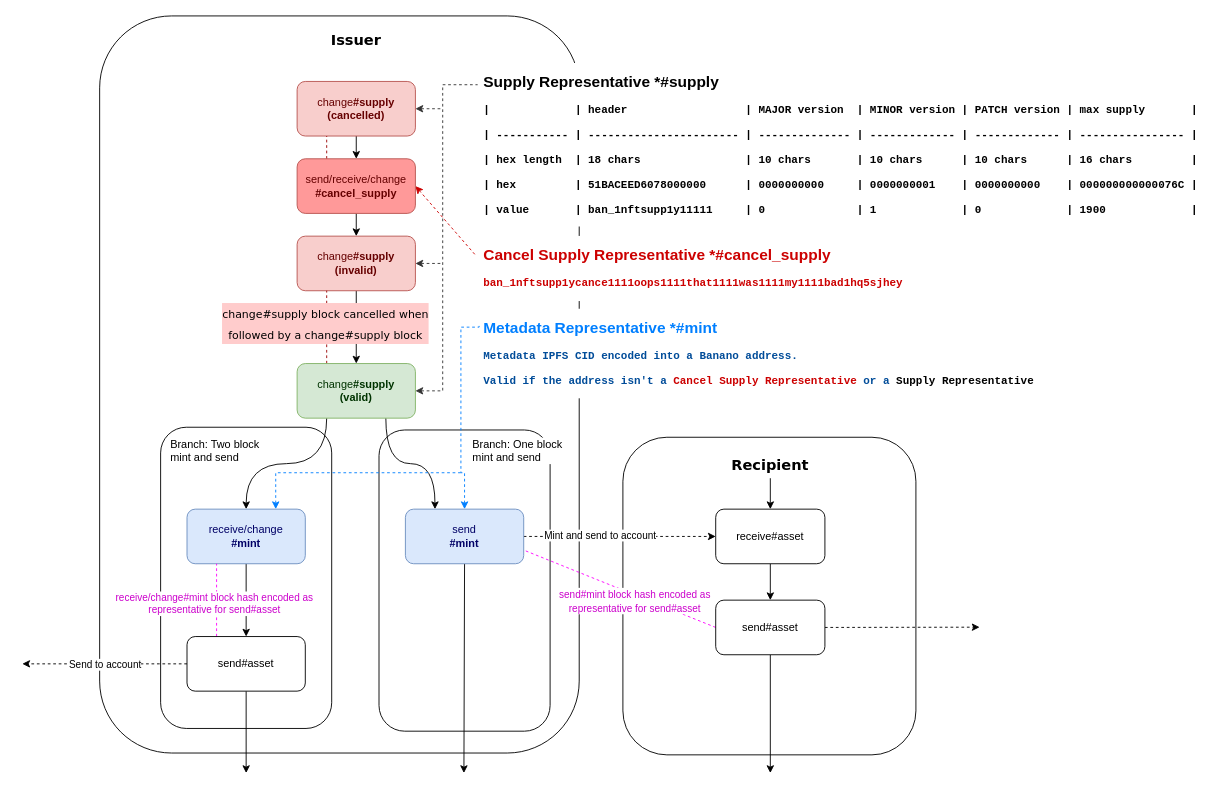
Airtune/73-meta-tokens keeps this draw.io diagram as diagrams/supply-mint-send-receive.drawio. Above is the earlier version. Source tidied: cells renumbered, new cells numbered last; positions are measured from the earlier drawing's top-left corner, leaving out a move shared by most shapes. Both pictures are drawn from the tidied source at 91%, with x=0, y=0 at pixel (22, 15).
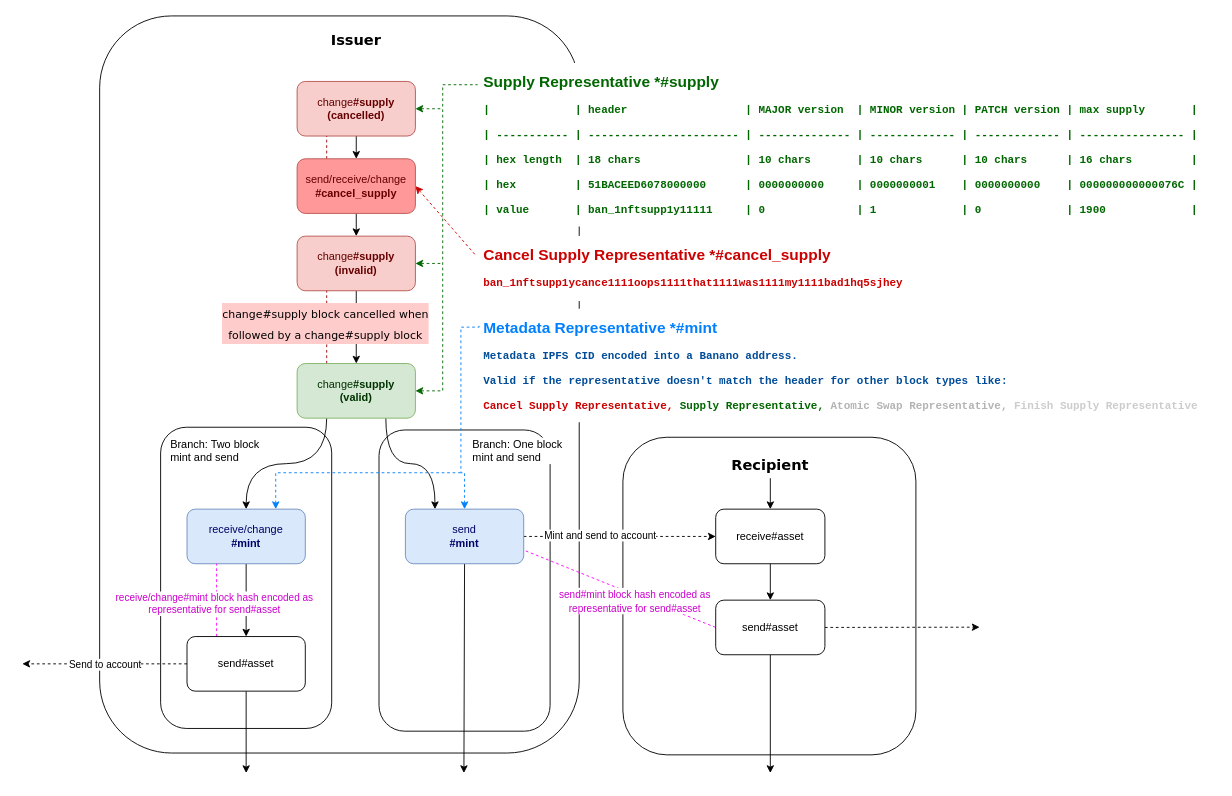
Above is the later version.

Commit message (it also covers changes not shown here):
Update diagram: supply-mint-send-receive

Unchanged cells that the change refers to:
```xml
<mxCell id="8" value="change&lt;b&gt;#supply&lt;br&gt;(invalid)&lt;br&gt;&lt;/b&gt;" style="rounded=1;whiteSpace=wrap;html=1;fillColor=#f8cecc;strokeColor=#b85450;fontColor=#660000;" parent="1" vertex="1">
  <mxGeometry x="302" y="242" width="130" height="60" as="geometry" />
</mxCell>
<mxCell id="15" value="change&lt;b&gt;#supply&lt;br&gt;(valid)&lt;br&gt;&lt;/b&gt;" style="rounded=1;whiteSpace=wrap;html=1;fillColor=#d5e8d4;strokeColor=#82b366;fontColor=#003300;" parent="1" vertex="1">
  <mxGeometry x="302" y="382" width="130" height="60" as="geometry" />
</mxCell>
<mxCell id="18" value="change&lt;b&gt;#supply&lt;br&gt;(cancelled)&lt;br&gt;&lt;/b&gt;" style="rounded=1;whiteSpace=wrap;html=1;fillColor=#f8cecc;strokeColor=#b85450;fontColor=#660000;" parent="1" vertex="1">
  <mxGeometry x="302" y="72" width="130" height="60" as="geometry" />
</mxCell>
```

Diff of the diagram source:
```diff
@@
-    <mxCell id="7" style="edgeStyle=orthogonalEdgeStyle;rounded=0;jettySize=auto;html=1;exitX=1;exitY=0.5;exitDx=0;exitDy=0;dashed=1;fontColor=#000000;endArrow=none;endFill=0;strokeColor=#333333;startArrow=classic;startFill=1;" parent="1" edge="1" source="8">
+    <mxCell id="7" style="edgeStyle=orthogonalEdgeStyle;rounded=0;jettySize=auto;html=1;exitX=1;exitY=0.5;exitDx=0;exitDy=0;dashed=1;fontColor=#006600;endArrow=none;endFill=0;strokeColor=#006600;startArrow=classic;startFill=1;" parent="1" edge="1" source="8">
       <mxGeometry relative="1" as="geometry">
         <mxPoint x="462" y="272" as="targetPoint" />
       </mxGeometry>
     </mxCell>
@@
-    <mxCell id="9" value="&lt;p style=&quot;line-height: 1&quot;&gt;&lt;/p&gt;&lt;h1 style=&quot;font-size: 17px&quot;&gt;Supply Representative *#supply&lt;/h1&gt;&lt;p&gt;&lt;font face=&quot;Courier New&quot;&gt;&lt;b style=&quot;line-height: 1.2&quot;&gt;|&amp;nbsp; &amp;nbsp; &amp;nbsp; &amp;nbsp; &amp;nbsp; &amp;nbsp; &amp;nbsp;| header&amp;nbsp; &amp;nbsp; &amp;nbsp; &amp;nbsp; &amp;nbsp; &amp;nbsp; &amp;nbsp; &amp;nbsp; &amp;nbsp; | MAJOR version&amp;nbsp; | MINOR version | PATCH version | max supply&amp;nbsp; &amp;nbsp; &amp;nbsp; &amp;nbsp;|&lt;/b&gt;&lt;/font&gt;&lt;/p&gt;&lt;p&gt;&lt;font face=&quot;Courier New&quot;&gt;&lt;b&gt;| ----------- | ----------------------- | -------------- | ------------- | ------------- | ---------------- |&lt;/b&gt;&lt;/font&gt;&lt;/p&gt;&lt;p&gt;&lt;font face=&quot;Courier New&quot;&gt;&lt;b style=&quot;line-height: 1.2&quot;&gt;| hex length&amp;nbsp; | 18 chars&amp;nbsp; &amp;nbsp; &amp;nbsp; &amp;nbsp; &amp;nbsp; &amp;nbsp; &amp;nbsp; &amp;nbsp; | 10 chars&amp;nbsp; &amp;nbsp; &amp;nbsp; &amp;nbsp;| 10 chars&amp;nbsp; &amp;nbsp; &amp;nbsp; | 10 chars&amp;nbsp; &amp;nbsp; &amp;nbsp; | 16 chars&amp;nbsp; &amp;nbsp; &amp;nbsp; &amp;nbsp; &amp;nbsp;|&lt;/b&gt;&lt;/font&gt;&lt;/p&gt;&lt;p&gt;&lt;font face=&quot;Courier New&quot;&gt;&lt;b&gt;| hex&amp;nbsp; &amp;nbsp; &amp;nbsp; &amp;nbsp; &amp;nbsp;| 51BACEED6078000000&amp;nbsp; &amp;nbsp; &amp;nbsp; | 0000000000&amp;nbsp; &amp;nbsp; &amp;nbsp;| 0000000001&amp;nbsp; &amp;nbsp; | 0000000000&amp;nbsp; &amp;nbsp; | 000000000000076C |&lt;/b&gt;&lt;/font&gt;&lt;/p&gt;&lt;p&gt;&lt;font face=&quot;Courier New&quot;&gt;&lt;b&gt;| value&amp;nbsp; &amp;nbsp; &amp;nbsp; &amp;nbsp;| ban_1nftsupp1y11111&amp;nbsp; &amp;nbsp; &amp;nbsp;| 0&amp;nbsp; &amp;nbsp; &amp;nbsp; &amp;nbsp; &amp;nbsp; &amp;nbsp; &amp;nbsp; | 1&amp;nbsp; &amp;nbsp; &amp;nbsp; &amp;nbsp; &amp;nbsp; &amp;nbsp; &amp;nbsp;| 0&amp;nbsp; &amp;nbsp; &amp;nbsp; &amp;nbsp; &amp;nbsp; &amp;nbsp; &amp;nbsp;| 1900&amp;nbsp; &amp;nbsp; &amp;nbsp; &amp;nbsp; &amp;nbsp; &amp;nbsp; &amp;nbsp;|&lt;/b&gt;&lt;/font&gt;&lt;/p&gt;&lt;p&gt;&lt;/p&gt;" style="text;html=1;strokeColor=none;fillColor=none;spacing=5;spacingTop=-20;whiteSpace=wrap;overflow=hidden;rounded=0;labelBackgroundColor=default;" parent="1" vertex="1">
+    <mxCell id="9" value="&lt;p style=&quot;line-height: 1&quot;&gt;&lt;/p&gt;&lt;h1 style=&quot;font-size: 17px&quot;&gt;Supply Representative *#supply&lt;/h1&gt;&lt;p&gt;&lt;font face=&quot;Courier New&quot;&gt;&lt;b style=&quot;line-height: 1.2&quot;&gt;|&amp;nbsp; &amp;nbsp; &amp;nbsp; &amp;nbsp; &amp;nbsp; &amp;nbsp; &amp;nbsp;| header&amp;nbsp; &amp;nbsp; &amp;nbsp; &amp;nbsp; &amp;nbsp; &amp;nbsp; &amp;nbsp; &amp;nbsp; &amp;nbsp; | MAJOR version&amp;nbsp; | MINOR version | PATCH version | max supply&amp;nbsp; &amp;nbsp; &amp;nbsp; &amp;nbsp;|&lt;/b&gt;&lt;/font&gt;&lt;/p&gt;&lt;p&gt;&lt;font face=&quot;Courier New&quot;&gt;&lt;b&gt;| ----------- | ----------------------- | -------------- | ------------- | ------------- | ---------------- |&lt;/b&gt;&lt;/font&gt;&lt;/p&gt;&lt;p&gt;&lt;font face=&quot;Courier New&quot;&gt;&lt;b style=&quot;line-height: 1.2&quot;&gt;| hex length&amp;nbsp; | 18 chars&amp;nbsp; &amp;nbsp; &amp;nbsp; &amp;nbsp; &amp;nbsp; &amp;nbsp; &amp;nbsp; &amp;nbsp; | 10 chars&amp;nbsp; &amp;nbsp; &amp;nbsp; &amp;nbsp;| 10 chars&amp;nbsp; &amp;nbsp; &amp;nbsp; | 10 chars&amp;nbsp; &amp;nbsp; &amp;nbsp; | 16 chars&amp;nbsp; &amp;nbsp; &amp;nbsp; &amp;nbsp; &amp;nbsp;|&lt;/b&gt;&lt;/font&gt;&lt;/p&gt;&lt;p&gt;&lt;font face=&quot;Courier New&quot;&gt;&lt;b&gt;| hex&amp;nbsp; &amp;nbsp; &amp;nbsp; &amp;nbsp; &amp;nbsp;| 51BACEED6078000000&amp;nbsp; &amp;nbsp; &amp;nbsp; | 0000000000&amp;nbsp; &amp;nbsp; &amp;nbsp;| 0000000001&amp;nbsp; &amp;nbsp; | 0000000000&amp;nbsp; &amp;nbsp; | 000000000000076C |&lt;/b&gt;&lt;/font&gt;&lt;/p&gt;&lt;p&gt;&lt;font face=&quot;Courier New&quot;&gt;&lt;b&gt;| value&amp;nbsp; &amp;nbsp; &amp;nbsp; &amp;nbsp;| ban_1nftsupp1y11111&amp;nbsp; &amp;nbsp; &amp;nbsp;| 0&amp;nbsp; &amp;nbsp; &amp;nbsp; &amp;nbsp; &amp;nbsp; &amp;nbsp; &amp;nbsp; | 1&amp;nbsp; &amp;nbsp; &amp;nbsp; &amp;nbsp; &amp;nbsp; &amp;nbsp; &amp;nbsp;| 0&amp;nbsp; &amp;nbsp; &amp;nbsp; &amp;nbsp; &amp;nbsp; &amp;nbsp; &amp;nbsp;| 1900&amp;nbsp; &amp;nbsp; &amp;nbsp; &amp;nbsp; &amp;nbsp; &amp;nbsp; &amp;nbsp;|&lt;/b&gt;&lt;/font&gt;&lt;/p&gt;&lt;p&gt;&lt;/p&gt;" style="text;html=1;strokeColor=none;fillColor=none;spacing=5;spacingTop=-20;whiteSpace=wrap;overflow=hidden;rounded=0;labelBackgroundColor=default;fontColor=#006600;" parent="1" vertex="1">
       <mxGeometry x="502" y="62" width="810" height="170" as="geometry" />
     </mxCell>
@@
-    <mxCell id="14" style="edgeStyle=orthogonalEdgeStyle;rounded=0;jettySize=auto;html=1;exitX=1;exitY=0.5;exitDx=0;exitDy=0;entryX=-0.002;entryY=0.08;entryDx=0;entryDy=0;entryPerimeter=0;dashed=1;fontColor=#000000;endArrow=none;endFill=0;strokeColor=#333333;startArrow=classic;startFill=1;" parent="1" edge="1" source="15" target="9">
+    <mxCell id="14" style="edgeStyle=orthogonalEdgeStyle;rounded=0;jettySize=auto;html=1;exitX=1;exitY=0.5;exitDx=0;exitDy=0;entryX=-0.002;entryY=0.08;entryDx=0;entryDy=0;entryPerimeter=0;dashed=1;fontColor=#006600;endArrow=none;endFill=0;strokeColor=#006600;startArrow=classic;startFill=1;" parent="1" edge="1" source="15" target="9">
       <mxGeometry relative="1" as="geometry">
         <Array as="points">
           <mxPoint x="462" y="412" />
           <mxPoint x="462" y="76" />
         </Array>
       </mxGeometry>
     </mxCell>
@@
-    <mxCell id="17" style="edgeStyle=orthogonalEdgeStyle;rounded=0;jettySize=auto;html=1;exitX=1;exitY=0.5;exitDx=0;exitDy=0;dashed=1;fontColor=#000000;endArrow=none;endFill=0;strokeColor=#333333;startArrow=classic;startFill=1;" parent="1" edge="1" source="18">
+    <mxCell id="17" style="edgeStyle=orthogonalEdgeStyle;rounded=0;jettySize=auto;html=1;exitX=1;exitY=0.5;exitDx=0;exitDy=0;dashed=1;fontColor=#006600;endArrow=none;endFill=0;strokeColor=#006600;startArrow=classic;startFill=1;" parent="1" edge="1" source="18">
       <mxGeometry relative="1" as="geometry">
         <mxPoint x="462" y="102" as="targetPoint" />
       </mxGeometry>
     </mxCell>
@@
-    <mxCell id="32" value="&lt;p style=&quot;line-height: 1&quot;&gt;&lt;/p&gt;&lt;h1 style=&quot;font-size: 17px&quot;&gt;&lt;font color=&quot;#007fff&quot;&gt;Metadata Representative *#mint&lt;/font&gt;&lt;/h1&gt;&lt;p&gt;&lt;b style=&quot;font-family: &amp;#34;courier new&amp;#34;&quot;&gt;&lt;font color=&quot;#004c99&quot;&gt;Metadata IPFS CID encoded into a Banano address.&lt;/font&gt;&lt;/b&gt;&lt;/p&gt;&lt;p&gt;&lt;b style=&quot;font-family: &amp;#34;courier new&amp;#34;&quot;&gt;&lt;font color=&quot;#004c99&quot;&gt;Valid if the address isn't a &lt;/font&gt;&lt;font color=&quot;#cc0000&quot;&gt;Cancel Supply Representative&lt;/font&gt;&lt;font color=&quot;#004c99&quot;&gt; or a &lt;/font&gt;&lt;font color=&quot;#000000&quot;&gt;Supply Representative&lt;/font&gt;&lt;/b&gt;&lt;br&gt;&lt;/p&gt;&lt;p&gt;&lt;/p&gt;" style="text;html=1;strokeColor=none;fillColor=none;spacing=5;spacingTop=-20;whiteSpace=wrap;overflow=hidden;rounded=0;fontColor=#990000;labelBackgroundColor=default;" parent="1" vertex="1">
+    <mxCell id="32" value="&lt;p style=&quot;line-height: 1&quot;&gt;&lt;/p&gt;&lt;h1 style=&quot;font-size: 17px&quot;&gt;&lt;font color=&quot;#007fff&quot;&gt;Metadata Representative *#mint&lt;/font&gt;&lt;/h1&gt;&lt;p&gt;&lt;b style=&quot;font-family: &amp;#34;courier new&amp;#34;&quot;&gt;&lt;font color=&quot;#004c99&quot;&gt;Metadata IPFS CID encoded into a Banano address.&lt;/font&gt;&lt;/b&gt;&lt;/p&gt;&lt;p&gt;&lt;b style=&quot;font-family: &amp;#34;courier new&amp;#34;&quot;&gt;&lt;font color=&quot;#004c99&quot;&gt;Valid if the representative doesn't match the header for other block types like:&lt;/font&gt;&lt;/b&gt;&lt;/p&gt;&lt;p&gt;&lt;b style=&quot;font-family: &amp;#34;courier new&amp;#34;&quot;&gt;&lt;font color=&quot;#cc0000&quot;&gt;Cancel Supply Representative,&lt;/font&gt;&lt;font color=&quot;#006600&quot;&gt;&amp;nbsp;&lt;/font&gt;&lt;/b&gt;&lt;b style=&quot;font-family: &amp;#34;courier new&amp;#34;&quot;&gt;&lt;font color=&quot;#006600&quot;&gt;Supply Representative,&lt;/font&gt;&lt;font color=&quot;#808080&quot;&gt; &lt;/font&gt;&lt;font color=&quot;#b3b3b3&quot;&gt;Atomic Swap Representative,&lt;/font&gt;&lt;font color=&quot;#808080&quot;&gt; &lt;/font&gt;&lt;font color=&quot;#cccccc&quot;&gt;Finish Supply Representative&lt;/font&gt;&lt;/b&gt;&lt;/p&gt;&lt;p&gt;&lt;/p&gt;" style="text;html=1;strokeColor=none;fillColor=none;spacing=5;spacingTop=-20;whiteSpace=wrap;overflow=hidden;rounded=0;fontColor=#990000;labelBackgroundColor=default;" parent="1" vertex="1">
       <mxGeometry x="502" y="332" width="810" height="115" as="geometry" />
     </mxCell>
```
